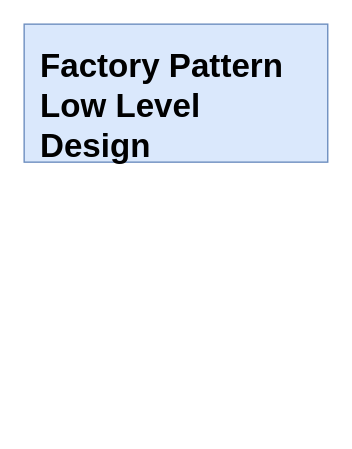
The draw.io diagram VideoGameApp.drawio in uchiharizvi/design-diagrams, before the edit. Source tidied: cells renumbered, new cells numbered last; positions are measured from the earlier drawing's top-left corner, leaving out a move shared by most shapes. Both pictures are drawn from the tidied source at 138%, with x=0, y=0 at pixel (23, 23).
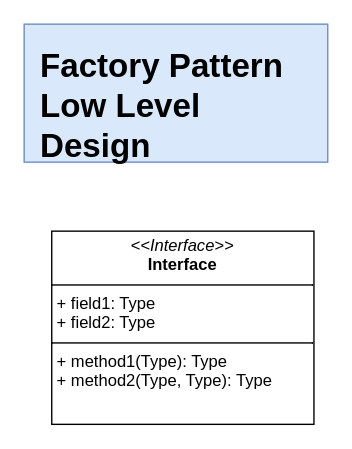
The same page after the edit.

The edit, as a diff of the source:
```diff
@@
 <mxGraphModel>
   <root>
     <mxCell id="0" />
     <mxCell id="1" parent="0" />
     <mxCell id="2" style="rounded=0;whiteSpace=wrap;html=1;fillColor=#dae8fc;strokeColor=#6c8ebf;" parent="1" vertex="1">
       <mxGeometry width="220" height="100" as="geometry" />
     </mxCell>
     <mxCell id="3" value="&lt;h1 style=&quot;margin-top: 0px;&quot;&gt;Factory Pattern Low Level Design&lt;/h1&gt;&lt;p&gt;&lt;br&gt;&lt;/p&gt;" style="text;html=1;whiteSpace=wrap;overflow=hidden;rounded=0;" parent="1" vertex="1">
       <mxGeometry x="10" y="10" width="180" height="90" as="geometry" />
     </mxCell>
+    <mxCell id="4" value="&lt;p style=&quot;margin:0px;margin-top:4px;text-align:center;&quot;&gt;&lt;i&gt;&amp;lt;&amp;lt;Interface&amp;gt;&amp;gt;&lt;/i&gt;&lt;br/&gt;&lt;b&gt;Interface&lt;/b&gt;&lt;/p&gt;&lt;hr size=&quot;1&quot; style=&quot;border-style:solid;&quot;/&gt;&lt;p style=&quot;margin:0px;margin-left:4px;&quot;&gt;+ field1: Type&lt;br/&gt;+ field2: Type&lt;/p&gt;&lt;hr size=&quot;1&quot; style=&quot;border-style:solid;&quot;/&gt;&lt;p style=&quot;margin:0px;margin-left:4px;&quot;&gt;+ method1(Type): Type&lt;br/&gt;+ method2(Type, Type): Type&lt;/p&gt;" style="verticalAlign=top;align=left;overflow=fill;html=1;whiteSpace=wrap;" parent="1" vertex="1">
+      <mxGeometry x="20" y="150" width="190" height="140" as="geometry" />
+    </mxCell>
   </root>
 </mxGraphModel>
```
